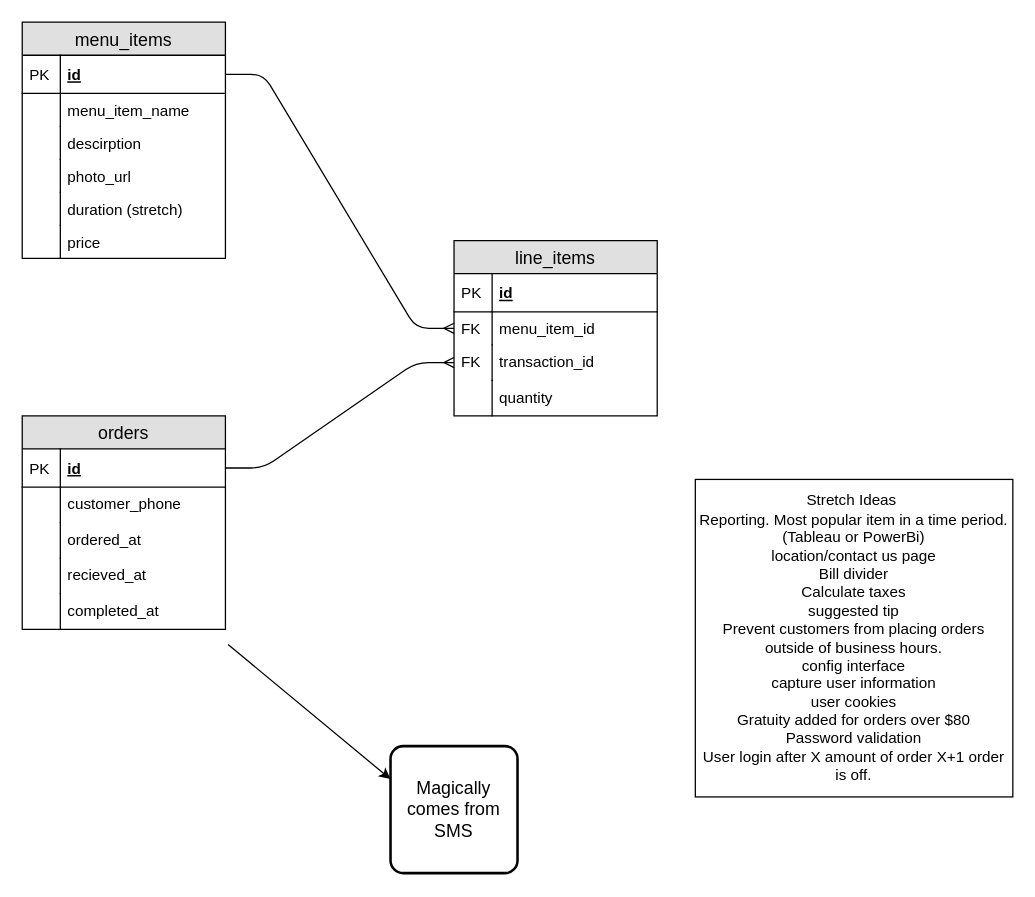
Earlier version of the draw.io diagram erd.drawio (Lizzyfemme/hungry-people). Source tidied: cells renumbered, new cells numbered last; positions are measured from the earlier drawing's top-left corner, leaving out a move shared by most shapes. Both pictures are drawn from the tidied source at 127%, with x=0, y=0 at pixel (22, 22).
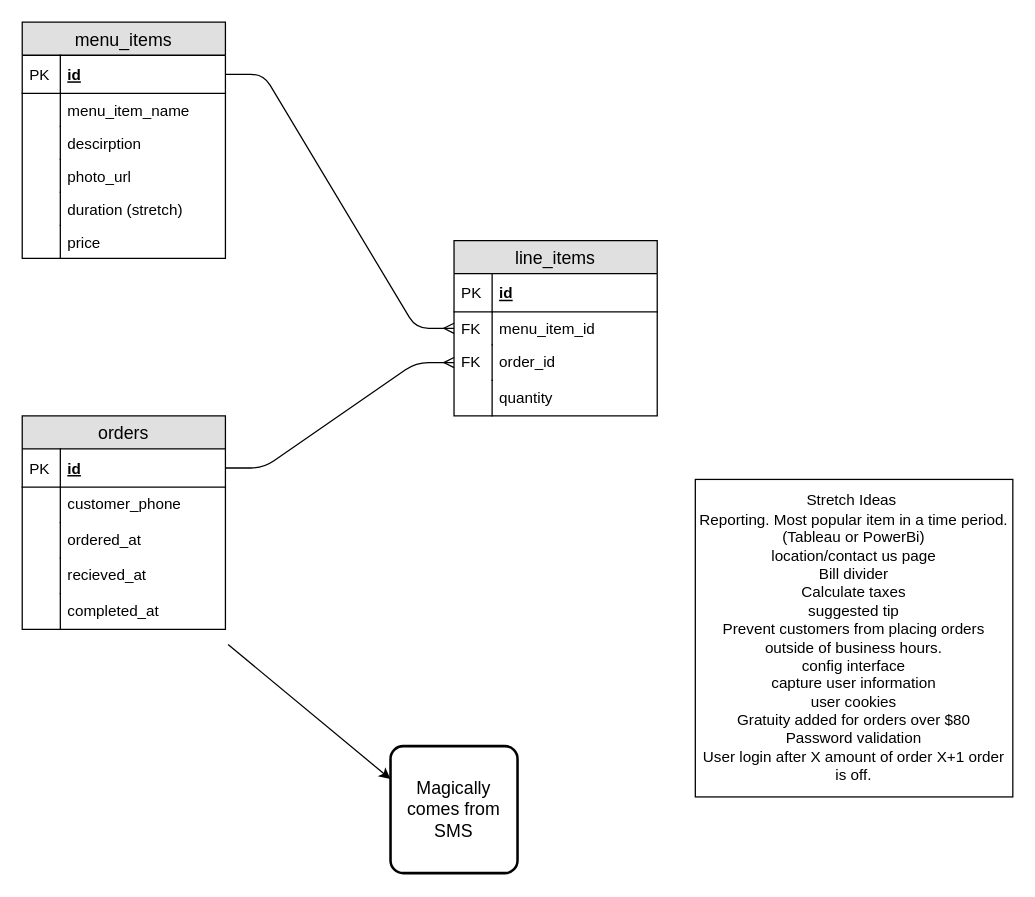
Above is the later version.

Unchanged cells that the change refers to:
```xml
<mxCell id="15" value="line_items" style="swimlane;fontStyle=0;horizontal=1;startSize=26;fillColor=#e0e0e0;swimlaneFillColor=#ffffff;align=center;fontSize=14;" parent="1" vertex="1">
  <mxGeometry x="340" y="172" width="160" height="138" as="geometry" />
</mxCell>
```

Diff of the diagram source:
```diff
@@
-    <mxCell id="20" value="transaction_id" style="shape=partialRectangle;top=0;left=0;right=0;bottom=0;align=left;verticalAlign=top;fillColor=none;spacingLeft=34;spacingRight=4;overflow=hidden;points=[[0,0.5],[1,0.5]];portConstraint=eastwest;fontSize=12;" parent="15" vertex="1">
+    <mxCell id="20" value="order_id" style="shape=partialRectangle;top=0;left=0;right=0;bottom=0;align=left;verticalAlign=top;fillColor=none;spacingLeft=34;spacingRight=4;overflow=hidden;points=[[0,0.5],[1,0.5]];portConstraint=eastwest;fontSize=12;" parent="15" vertex="1">
       <mxGeometry y="82" width="160" height="28" as="geometry" />
     </mxCell>
```
